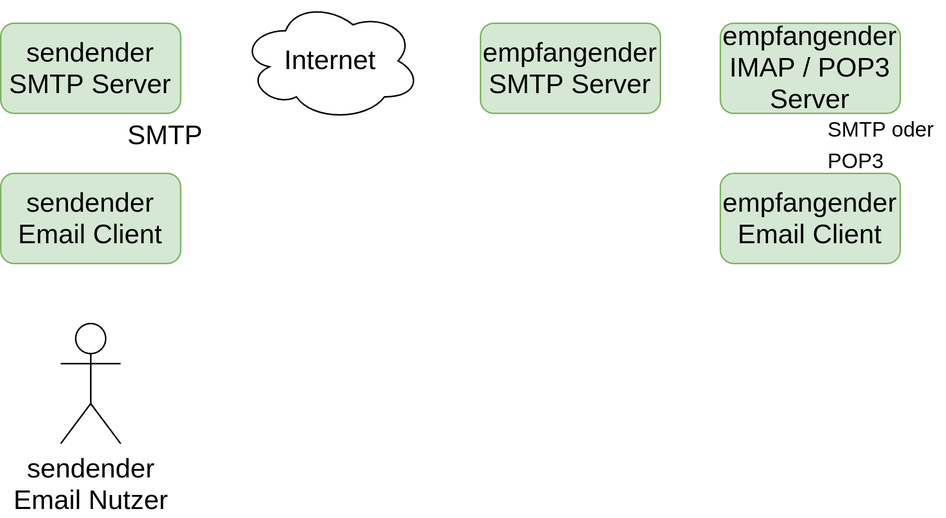
Above: vortrag/media/mail-server-connection-07.png in noahvogt/texdiary (draw.io), before the change. Source tidied: cells renumbered, new cells last; positions are measured from the earlier drawing's top-left corner, leaving out a move shared by most shapes. The source it was exported from:
```xml
<mxGraphModel>
  <root>
    <mxCell id="0" />
    <mxCell id="1" parent="0" />
    <mxCell id="2" value="&lt;font style=&quot;font-size: 18px&quot;&gt;sendender&lt;br&gt;Email Nutzer&lt;/font&gt;" style="shape=umlActor;verticalLabelPosition=bottom;verticalAlign=top;html=1;" parent="1" vertex="1">
      <mxGeometry x="40" y="215" width="40" height="80" as="geometry" />
    </mxCell>
    <mxCell id="3" value="&lt;font style=&quot;font-size: 18px&quot;&gt;sendender&lt;br&gt;Email Client&lt;/font&gt;" style="rounded=1;whiteSpace=wrap;html=1;fillColor=#d5e8d4;strokeColor=#82b366;" parent="1" vertex="1">
      <mxGeometry y="115" width="120" height="60" as="geometry" />
    </mxCell>
    <mxCell id="4" value="&lt;font style=&quot;font-size: 18px&quot;&gt;sendender&lt;br&gt;SMTP Server&lt;/font&gt;" style="rounded=1;whiteSpace=wrap;html=1;fillColor=#d5e8d4;strokeColor=#82b366;" parent="1" vertex="1">
      <mxGeometry y="15" width="120" height="60" as="geometry" />
    </mxCell>
    <mxCell id="5" value="SMTP" style="text;html=1;strokeColor=none;fillColor=none;align=center;verticalAlign=middle;whiteSpace=wrap;rounded=0;fontSize=18;" parent="1" vertex="1">
      <mxGeometry x="80" y="75" width="60" height="30" as="geometry" />
    </mxCell>
    <mxCell id="6" value="Internet" style="ellipse;shape=cloud;whiteSpace=wrap;html=1;fontSize=18;" parent="1" vertex="1">
      <mxGeometry x="160" width="120" height="80" as="geometry" />
    </mxCell>
    <mxCell id="7" value="&lt;font style=&quot;font-size: 18px&quot;&gt;empfangender&lt;br&gt;SMTP Server&lt;/font&gt;" style="rounded=1;whiteSpace=wrap;html=1;fillColor=#d5e8d4;strokeColor=#82b366;" parent="1" vertex="1">
      <mxGeometry x="320" y="15" width="120" height="60" as="geometry" />
    </mxCell>
    <mxCell id="8" value="&lt;font style=&quot;font-size: 18px&quot;&gt;empfangender&lt;br&gt;IMAP / POP3 Server&lt;/font&gt;" style="rounded=1;whiteSpace=wrap;html=1;fillColor=#d5e8d4;strokeColor=#82b366;" parent="1" vertex="1">
      <mxGeometry x="480" y="15" width="120" height="60" as="geometry" />
    </mxCell>
    <mxCell id="9" value="&lt;font style=&quot;font-size: 18px&quot;&gt;empfangender&lt;br&gt;Email Client&lt;/font&gt;" style="rounded=1;whiteSpace=wrap;html=1;fillColor=#d5e8d4;strokeColor=#82b366;" parent="1" vertex="1">
      <mxGeometry x="480" y="115" width="120" height="60" as="geometry" />
    </mxCell>
    <mxCell id="10" value="&lt;font style=&quot;font-size: 14px&quot;&gt;&lt;font style=&quot;font-size: 14px&quot;&gt;SMTP oder&lt;br&gt;&lt;/font&gt;POP3&lt;/font&gt;" style="text;html=1;strokeColor=none;fillColor=none;align=left;verticalAlign=middle;whiteSpace=wrap;rounded=0;fontSize=18;" parent="1" vertex="1">
      <mxGeometry x="550" y="80" width="80" height="30" as="geometry" />
    </mxCell>
  </root>
</mxGraphModel>
```
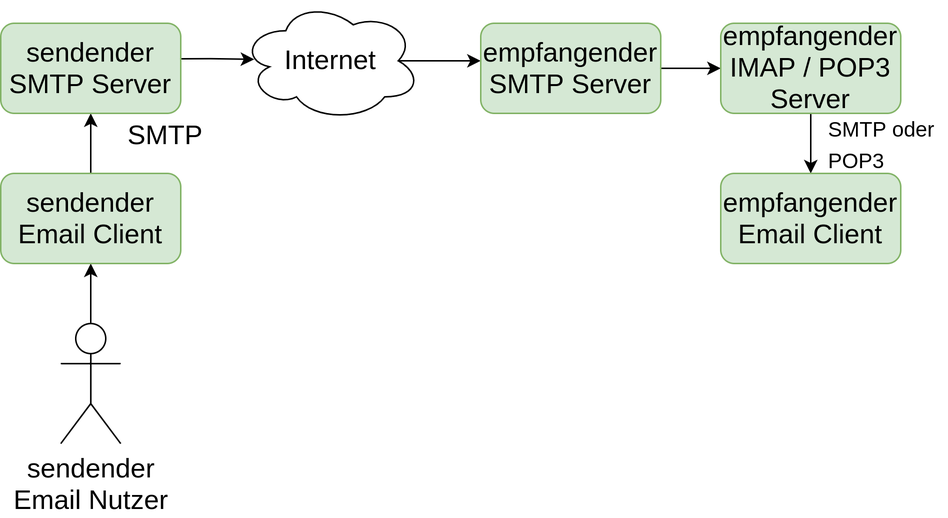
Above is the later version.

Diff of the diagram source:
```diff
@@ -2,32 +2,50 @@
   <root>
     <mxCell id="0" />
     <mxCell id="1" parent="0" />
-    <mxCell id="2" value="&lt;font style=&quot;font-size: 18px&quot;&gt;sendender&lt;br&gt;Email Nutzer&lt;/font&gt;" style="shape=umlActor;verticalLabelPosition=bottom;verticalAlign=top;html=1;" parent="1" vertex="1">
-      <mxGeometry x="40" y="215" width="40" height="80" as="geometry" />
+    <mxCell id="2" style="edgeStyle=orthogonalEdgeStyle;rounded=0;jettySize=auto;html=1;entryX=0.5;entryY=1;entryDx=0;entryDy=0;" parent="1" edge="1" source="3" target="5">
+      <mxGeometry relative="1" as="geometry" />
     </mxCell>
-    <mxCell id="3" value="&lt;font style=&quot;font-size: 18px&quot;&gt;sendender&lt;br&gt;Email Client&lt;/font&gt;" style="rounded=1;whiteSpace=wrap;html=1;fillColor=#d5e8d4;strokeColor=#82b366;" parent="1" vertex="1">
-      <mxGeometry y="115" width="120" height="60" as="geometry" />
+    <mxCell id="3" value="&lt;font style=&quot;font-size: 18px&quot;&gt;sendender&lt;br&gt;Email Nutzer&lt;/font&gt;" style="shape=umlActor;verticalLabelPosition=bottom;verticalAlign=top;html=1;outlineConnect=0;" parent="1" vertex="1">
+      <mxGeometry x="40" y="215" width="40" height="80" as="geometry" />
     </mxCell>
-    <mxCell id="4" value="&lt;font style=&quot;font-size: 18px&quot;&gt;sendender&lt;br&gt;SMTP Server&lt;/font&gt;" style="rounded=1;whiteSpace=wrap;html=1;fillColor=#d5e8d4;strokeColor=#82b366;" parent="1" vertex="1">
-      <mxGeometry y="15" width="120" height="60" as="geometry" />
+    <mxCell id="4" style="edgeStyle=orthogonalEdgeStyle;rounded=0;jettySize=auto;html=1;entryX=0.5;entryY=1;entryDx=0;entryDy=0;fontSize=18;" parent="1" edge="1" source="5" target="7">
+      <mxGeometry relative="1" as="geometry" />
     </mxCell>
-    <mxCell id="5" value="SMTP" style="text;html=1;strokeColor=none;fillColor=none;align=center;verticalAlign=middle;whiteSpace=wrap;rounded=0;fontSize=18;" parent="1" vertex="1">
-      <mxGeometry x="80" y="75" width="60" height="30" as="geometry" />
+    <mxCell id="5" value="&lt;font style=&quot;font-size: 18px&quot;&gt;sendender&lt;br&gt;Email Client&lt;/font&gt;" style="rounded=1;whiteSpace=wrap;html=1;fillColor=#d5e8d4;strokeColor=#82b366;" parent="1" vertex="1">
+      <mxGeometry y="115" width="120" height="60" as="geometry" />
     </mxCell>
-    <mxCell id="6" value="Internet" style="ellipse;shape=cloud;whiteSpace=wrap;html=1;fontSize=18;" parent="1" vertex="1">
-      <mxGeometry x="160" width="120" height="80" as="geometry" />
+    <mxCell id="6" style="edgeStyle=orthogonalEdgeStyle;rounded=0;jettySize=auto;html=1;entryX=0.075;entryY=0.488;entryDx=0;entryDy=0;entryPerimeter=0;fontSize=18;exitX=0.998;exitY=0.394;exitDx=0;exitDy=0;exitPerimeter=0;" parent="1" edge="1" source="7" target="10">
+      <mxGeometry relative="1" as="geometry" />
     </mxCell>
-    <mxCell id="7" value="&lt;font style=&quot;font-size: 18px&quot;&gt;empfangender&lt;br&gt;SMTP Server&lt;/font&gt;" style="rounded=1;whiteSpace=wrap;html=1;fillColor=#d5e8d4;strokeColor=#82b366;" parent="1" vertex="1">
-      <mxGeometry x="320" y="15" width="120" height="60" as="geometry" />
+    <mxCell id="7" value="&lt;font style=&quot;font-size: 18px&quot;&gt;sendender&lt;br&gt;SMTP Server&lt;/font&gt;" style="rounded=1;whiteSpace=wrap;html=1;fillColor=#d5e8d4;strokeColor=#82b366;" parent="1" vertex="1">
+      <mxGeometry y="15" width="120" height="60" as="geometry" />
     </mxCell>
-    <mxCell id="8" value="&lt;font style=&quot;font-size: 18px&quot;&gt;empfangender&lt;br&gt;IMAP / POP3 Server&lt;/font&gt;" style="rounded=1;whiteSpace=wrap;html=1;fillColor=#d5e8d4;strokeColor=#82b366;" parent="1" vertex="1">
-      <mxGeometry x="480" y="15" width="120" height="60" as="geometry" />
+    <mxCell id="8" value="SMTP" style="text;html=1;strokeColor=none;fillColor=none;align=center;verticalAlign=middle;whiteSpace=wrap;rounded=0;fontSize=18;" parent="1" vertex="1">
+      <mxGeometry x="80" y="75" width="60" height="30" as="geometry" />
     </mxCell>
-    <mxCell id="9" value="&lt;font style=&quot;font-size: 18px&quot;&gt;empfangender&lt;br&gt;Email Client&lt;/font&gt;" style="rounded=1;whiteSpace=wrap;html=1;fillColor=#d5e8d4;strokeColor=#82b366;" parent="1" vertex="1">
-      <mxGeometry x="480" y="115" width="120" height="60" as="geometry" />
+    <mxCell id="9" style="edgeStyle=orthogonalEdgeStyle;rounded=0;jettySize=auto;html=1;exitX=0.875;exitY=0.5;exitDx=0;exitDy=0;exitPerimeter=0;fontSize=18;entryX=0;entryY=0.417;entryDx=0;entryDy=0;entryPerimeter=0;" parent="1" edge="1" source="10" target="12">
+      <mxGeometry relative="1" as="geometry" />
     </mxCell>
-    <mxCell id="10" value="&lt;font style=&quot;font-size: 14px&quot;&gt;&lt;font style=&quot;font-size: 14px&quot;&gt;SMTP oder&lt;br&gt;&lt;/font&gt;POP3&lt;/font&gt;" style="text;html=1;strokeColor=none;fillColor=none;align=left;verticalAlign=middle;whiteSpace=wrap;rounded=0;fontSize=18;" parent="1" vertex="1">
-      <mxGeometry x="550" y="80" width="80" height="30" as="geometry" />
+    <mxCell id="10" value="Internet" style="ellipse;shape=cloud;whiteSpace=wrap;html=1;fontSize=18;" parent="1" vertex="1">
+      <mxGeometry x="160" width="120" height="80" as="geometry" />
     </mxCell>
+    <mxCell id="11" style="edgeStyle=orthogonalEdgeStyle;rounded=0;jettySize=auto;html=1;entryX=0;entryY=0.5;entryDx=0;entryDy=0;fontSize=18;" parent="1" edge="1" source="12" target="14">
+      <mxGeometry relative="1" as="geometry" />
+    </mxCell>
+    <mxCell id="12" value="&lt;font style=&quot;font-size: 18px&quot;&gt;empfangender&lt;br&gt;SMTP Server&lt;/font&gt;" style="rounded=1;whiteSpace=wrap;html=1;fillColor=#d5e8d4;strokeColor=#82b366;" parent="1" vertex="1">
+      <mxGeometry x="320" y="15" width="120" height="60" as="geometry" />
+    </mxCell>
+    <mxCell id="13" style="edgeStyle=orthogonalEdgeStyle;rounded=0;jettySize=auto;html=1;fontSize=18;" parent="1" edge="1" source="14" target="15">
+      <mxGeometry relative="1" as="geometry" />
+    </mxCell>
+    <mxCell id="14" value="&lt;font style=&quot;font-size: 18px&quot;&gt;empfangender&lt;br&gt;IMAP / POP3 Server&lt;/font&gt;" style="rounded=1;whiteSpace=wrap;html=1;fillColor=#d5e8d4;strokeColor=#82b366;" parent="1" vertex="1">
+      <mxGeometry x="480" y="15" width="120" height="60" as="geometry" />
+    </mxCell>
+    <mxCell id="15" value="&lt;font style=&quot;font-size: 18px&quot;&gt;empfangender&lt;br&gt;Email Client&lt;/font&gt;" style="rounded=1;whiteSpace=wrap;html=1;fillColor=#d5e8d4;strokeColor=#82b366;" parent="1" vertex="1">
+      <mxGeometry x="480" y="115" width="120" height="60" as="geometry" />
+    </mxCell>
+    <mxCell id="16" value="&lt;font style=&quot;font-size: 14px&quot;&gt;&lt;font style=&quot;font-size: 14px&quot;&gt;SMTP oder&lt;br&gt;&lt;/font&gt;POP3&lt;/font&gt;" style="text;html=1;strokeColor=none;fillColor=none;align=left;verticalAlign=middle;whiteSpace=wrap;rounded=0;fontSize=18;" parent="1" vertex="1">
+      <mxGeometry x="550" y="80" width="80" height="30" as="geometry" />
+    </mxCell>
   </root>
 </mxGraphModel>
```
